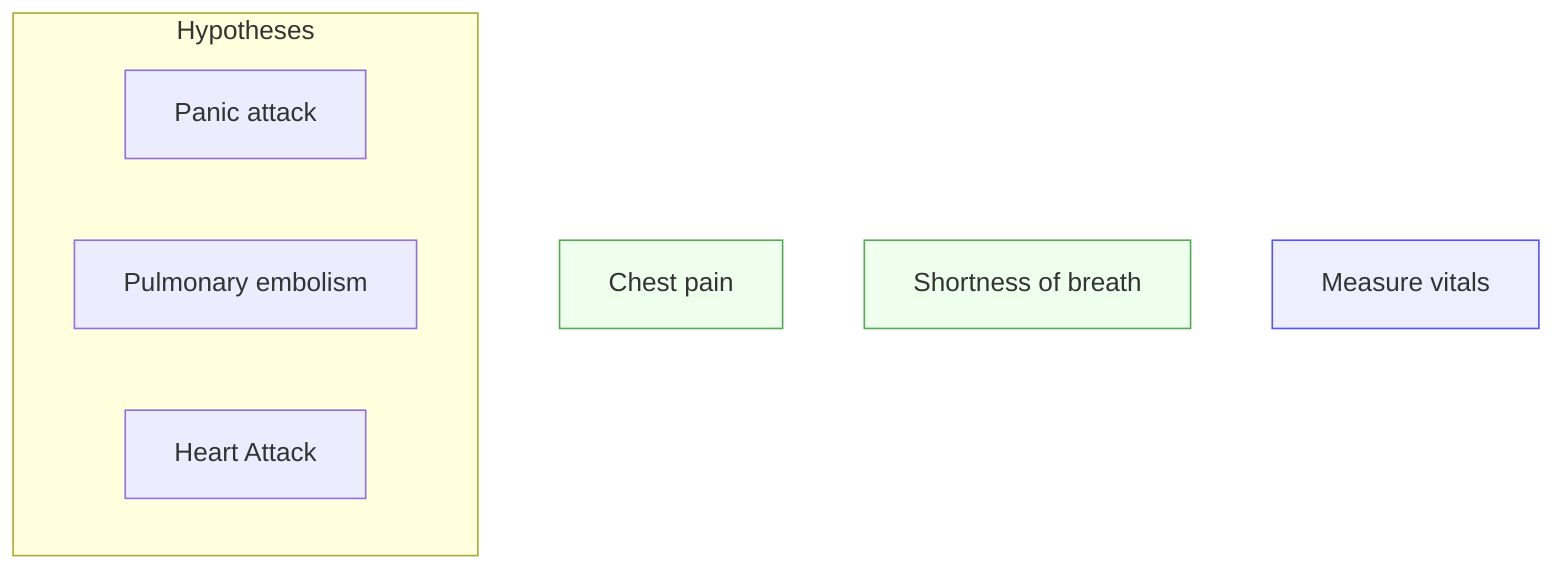
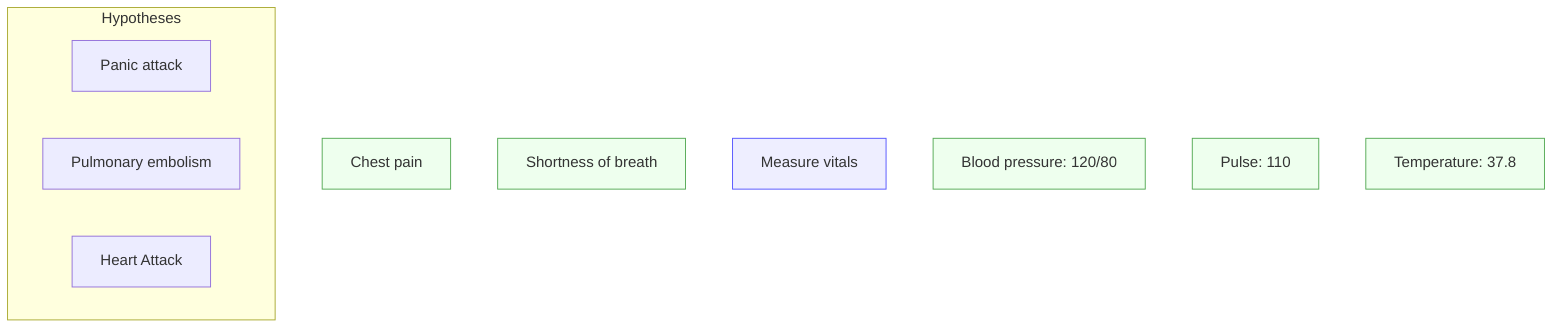
flowchart TD
  O1["Chest pain"]
  O2["Shortness of breath"]
  A1["Measure vitals"]
+   O3["Blood pressure: 120/80"]
+   O4["Pulse: 110"]
+   O5["Temperature: 37.8"]

  classDef obs fill:#efe,stroke:#5a5;
  classDef action fill:#eef,stroke:#55f;

  class O1 obs
  class O2 obs
+   class O3 obs
+   class O4 obs
+   class O5 obs
  class A1 action

subgraph Hypotheses
  H1["Panic attack"]
  H2["Pulmonary embolism"]
  H3["Heart Attack"]
end

